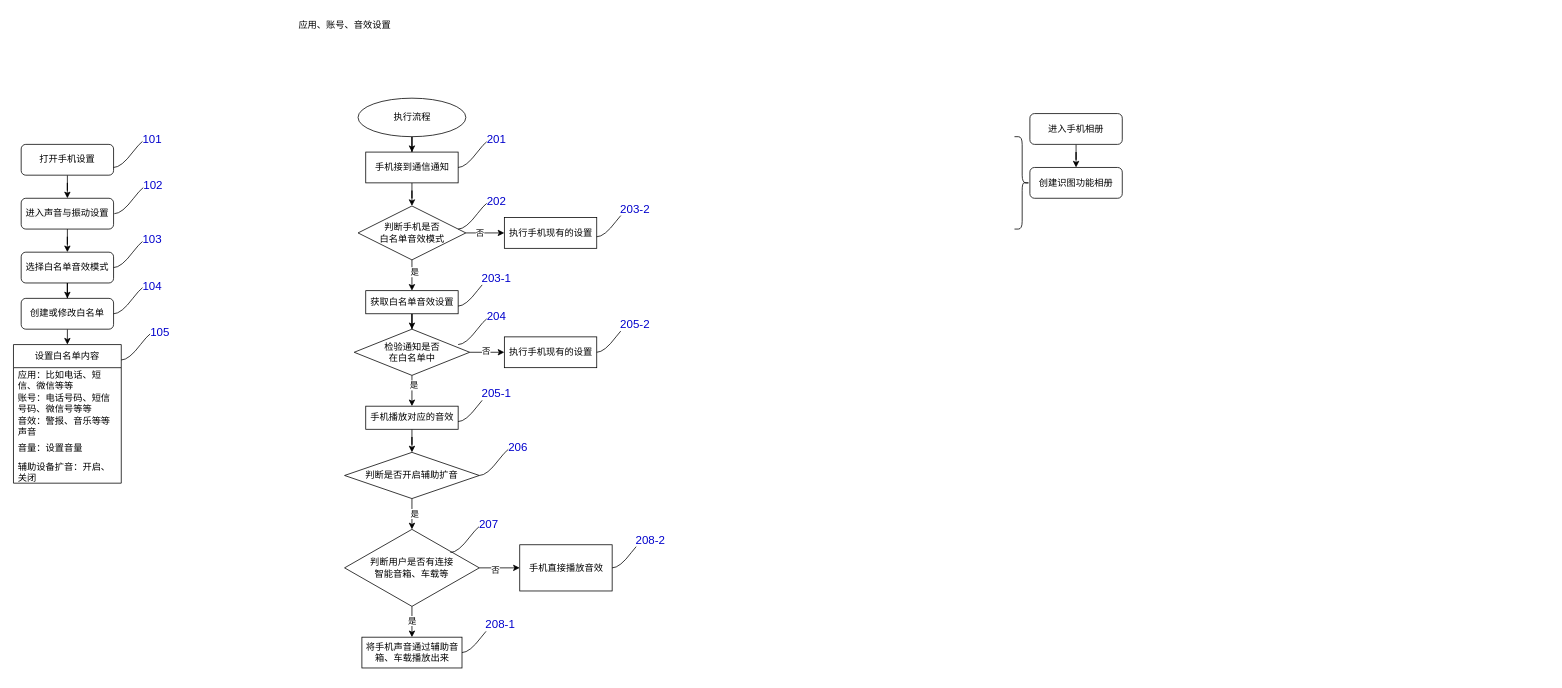
Above: page "第 7 页" (7 of 7) of 流程图.drawio in xili95/liuChengTu (draw.io), before the change. Source tidied: cells renumbered, new cells numbered last; positions are measured from the earlier drawing's top-left corner, leaving out a move shared by most shapes. Both pictures are drawn from the tidied source at 77%, with x=0, y=0 at pixel (13, 13).
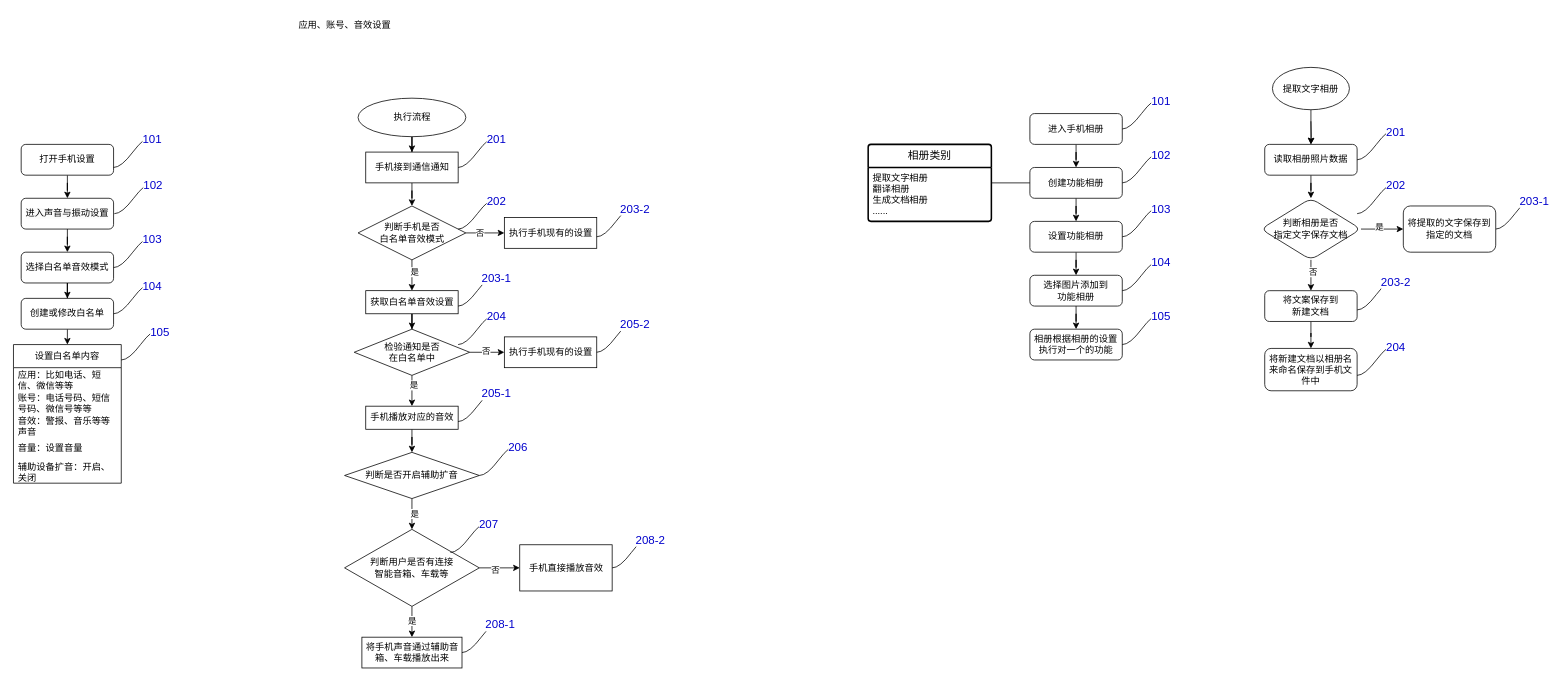
Above is the later version.

Commit message (it also covers changes not shown here):
更新流程图.drawio

What changed in the source:
```diff
@@
+    <mxCell id="85" style="edgeStyle=orthogonalEdgeStyle;rounded=0;jettySize=auto;html=1;" parent="1" edge="1" source="83" target="90">
+      <mxGeometry relative="1" as="geometry" />
+    </mxCell>
-    <mxCell id="83" value="创建识图功能相册" style="whiteSpace=wrap;html=1;rounded=1;" parent="1" vertex="1">
+    <mxCell id="83" value="创建功能相册" style="whiteSpace=wrap;html=1;rounded=1;" parent="1" vertex="1">
       <mxGeometry x="1320" y="200" width="120" height="40" as="geometry" />
     </mxCell>
-    <mxCell id="84" style="shape=curlyBracket;whiteSpace=wrap;html=1;rounded=1;flipH=1;labelPosition=right;verticalLabelPosition=middle;align=left;verticalAlign=middle;" parent="1" vertex="1">
-      <mxGeometry x="1300" y="160" width="20" height="120" as="geometry" />
-    </mxCell>
+    <mxCell id="86" value="相册类别" style="swimlane;horizontal=1;startSize=30;rounded=1;fontSize=14;fontStyle=0;strokeWidth=2;shadow=0;dashed=0;align=center;arcSize=4;whiteSpace=wrap;html=1;" parent="1" vertex="1">
+      <mxGeometry x="1110" y="170" width="160" height="100" as="geometry" />
+    </mxCell>
+    <mxCell id="87" value="提取文字相册&lt;div&gt;翻译相册&lt;br&gt;生成文档相册&lt;/div&gt;&lt;div&gt;......&lt;/div&gt;" style="align=left;strokeColor=none;fillColor=none;spacingLeft=4;spacingRight=4;fontSize=12;verticalAlign=top;html=1;whiteSpace=wrap;" parent="86" vertex="1">
+      <mxGeometry y="30" width="160" height="70" as="geometry" />
+    </mxCell>
+    <mxCell id="88" style="edgeStyle=orthogonalEdgeStyle;rounded=0;orthogonalLoop=1;jettySize=auto;html=1;exitX=0.5;exitY=1;exitDx=0;exitDy=0;" parent="86" edge="1" source="87" target="87">
+      <mxGeometry relative="1" as="geometry" />
+    </mxCell>
+    <mxCell id="89" style="edgeStyle=orthogonalEdgeStyle;rounded=0;jettySize=auto;html=1;" parent="1" edge="1" source="90" target="92">
+      <mxGeometry relative="1" as="geometry" />
+    </mxCell>
+    <mxCell id="90" value="设置功能相册" style="whiteSpace=wrap;html=1;rounded=1;" parent="1" vertex="1">
+      <mxGeometry x="1320" y="270" width="120" height="40" as="geometry" />
+    </mxCell>
+    <mxCell id="91" style="edgeStyle=orthogonalEdgeStyle;rounded=0;jettySize=auto;html=1;" parent="1" edge="1" source="92" target="93">
+      <mxGeometry relative="1" as="geometry" />
+    </mxCell>
+    <mxCell id="92" value="选择图片添加到&lt;div&gt;功能相册&lt;/div&gt;" style="whiteSpace=wrap;html=1;rounded=1;" parent="1" vertex="1">
+      <mxGeometry x="1320" y="340" width="120" height="40" as="geometry" />
+    </mxCell>
+    <mxCell id="93" value="相册根据相册的设置执行对一个的功能" style="whiteSpace=wrap;html=1;rounded=1;" parent="1" vertex="1">
+      <mxGeometry x="1320" y="410" width="120" height="40" as="geometry" />
+    </mxCell>
+    <mxCell id="94" style="edgeStyle=entityRelationEdgeStyle;startArrow=none;endArrow=none;segment=10;curved=1;sourcePerimeterSpacing=0;targetPerimeterSpacing=0;rounded=0;" parent="1" edge="1">
+      <mxGeometry relative="1" as="geometry">
+        <mxPoint x="1440" y="150" as="sourcePoint" />
+        <mxPoint x="1490" y="110" as="targetPoint" />
+        <Array as="points">
+          <mxPoint x="1480" y="150" />
+          <mxPoint x="1870" y="210" />
+          <mxPoint x="1852.5" y="90" />
+          <mxPoint x="1470" y="170" />
+        </Array>
+      </mxGeometry>
+    </mxCell>
+    <mxCell id="95" value="101" style="edgeLabel;html=1;align=center;verticalAlign=middle;fontSize=15;fontColor=#0000CC;" parent="94" vertex="1">
+      <mxGeometry x="0.97" y="-2" relative="1" as="geometry" />
+    </mxCell>
+    <mxCell id="96" style="endArrow=none;html=1;rounded=0;exitX=0;exitY=0.5;exitDx=0;exitDy=0;" parent="1" edge="1" source="83">
+      <mxGeometry relative="1" as="geometry">
+        <mxPoint x="1270" y="220" as="targetPoint" />
+      </mxGeometry>
+    </mxCell>
+    <mxCell id="97" style="edgeStyle=entityRelationEdgeStyle;startArrow=none;endArrow=none;segment=10;curved=1;sourcePerimeterSpacing=0;targetPerimeterSpacing=0;rounded=0;" parent="1" edge="1">
+      <mxGeometry relative="1" as="geometry">
+        <mxPoint x="1440" y="220" as="sourcePoint" />
+        <mxPoint x="1490" y="180" as="targetPoint" />
+        <Array as="points">
+          <mxPoint x="1480" y="220" />
+          <mxPoint x="1470" y="260" />
+          <mxPoint x="1870" y="280" />
+          <mxPoint x="1852.5" y="160" />
+          <mxPoint x="1470" y="240" />
+        </Array>
+      </mxGeometry>
+    </mxCell>
+    <mxCell id="98" value="102" style="edgeLabel;html=1;align=center;verticalAlign=middle;fontSize=15;fontColor=#0000CC;" parent="97" vertex="1">
+      <mxGeometry x="0.97" y="-2" relative="1" as="geometry" />
+    </mxCell>
+    <mxCell id="99" style="edgeStyle=entityRelationEdgeStyle;startArrow=none;endArrow=none;segment=10;curved=1;sourcePerimeterSpacing=0;targetPerimeterSpacing=0;rounded=0;" parent="1" edge="1">
+      <mxGeometry relative="1" as="geometry">
+        <mxPoint x="1440" y="290" as="sourcePoint" />
+        <mxPoint x="1490" y="250" as="targetPoint" />
+        <Array as="points">
+          <mxPoint x="1480" y="290" />
+          <mxPoint x="1470" y="330" />
+          <mxPoint x="1470" y="330" />
+          <mxPoint x="1470" y="330" />
+          <mxPoint x="1870" y="350" />
+          <mxPoint x="1852.5" y="230" />
+          <mxPoint x="1470" y="310" />
+        </Array>
+      </mxGeometry>
+    </mxCell>
+    <mxCell id="100" value="103" style="edgeLabel;html=1;align=center;verticalAlign=middle;fontSize=15;fontColor=#0000CC;" parent="99" vertex="1">
+      <mxGeometry x="0.97" y="-2" relative="1" as="geometry" />
+    </mxCell>
+    <mxCell id="101" style="edgeStyle=entityRelationEdgeStyle;startArrow=none;endArrow=none;segment=10;curved=1;sourcePerimeterSpacing=0;targetPerimeterSpacing=0;rounded=0;" parent="1" edge="1">
+      <mxGeometry relative="1" as="geometry">
+        <mxPoint x="1440" y="360" as="sourcePoint" />
+        <mxPoint x="1490" y="320" as="targetPoint" />
+        <Array as="points">
+          <mxPoint x="1480" y="360" />
+          <mxPoint x="1470" y="400" />
+          <mxPoint x="1470" y="400" />
+          <mxPoint x="1470" y="400" />
+          <mxPoint x="1870" y="420" />
+          <mxPoint x="1852.5" y="300" />
+          <mxPoint x="1470" y="380" />
+        </Array>
+      </mxGeometry>
+    </mxCell>
+    <mxCell id="102" value="104" style="edgeLabel;html=1;align=center;verticalAlign=middle;fontSize=15;fontColor=#0000CC;" parent="101" vertex="1">
+      <mxGeometry x="0.97" y="-2" relative="1" as="geometry" />
+    </mxCell>
+    <mxCell id="103" style="edgeStyle=entityRelationEdgeStyle;startArrow=none;endArrow=none;segment=10;curved=1;sourcePerimeterSpacing=0;targetPerimeterSpacing=0;rounded=0;" parent="1" edge="1">
+      <mxGeometry relative="1" as="geometry">
+        <mxPoint x="1440" y="430" as="sourcePoint" />
+        <mxPoint x="1490" y="390" as="targetPoint" />
+        <Array as="points">
+          <mxPoint x="1480" y="430" />
+          <mxPoint x="1470" y="430" />
+          <mxPoint x="1470" y="460" />
+          <mxPoint x="1470" y="470" />
+          <mxPoint x="1470" y="470" />
+          <mxPoint x="1470" y="470" />
+          <mxPoint x="1870" y="490" />
+          <mxPoint x="1852.5" y="370" />
+          <mxPoint x="1470" y="450" />
+        </Array>
+      </mxGeometry>
+    </mxCell>
+    <mxCell id="104" value="105" style="edgeLabel;html=1;align=center;verticalAlign=middle;fontSize=15;fontColor=#0000CC;" parent="103" vertex="1">
+      <mxGeometry x="0.97" y="-2" relative="1" as="geometry" />
+    </mxCell>
+    <mxCell id="105" style="edgeStyle=orthogonalEdgeStyle;rounded=0;jettySize=auto;html=1;" parent="1" edge="1" target="107">
+      <mxGeometry relative="1" as="geometry">
+        <mxPoint x="1685" y="140" as="sourcePoint" />
+      </mxGeometry>
+    </mxCell>
+    <mxCell id="106" style="edgeStyle=orthogonalEdgeStyle;rounded=0;jettySize=auto;html=1;" parent="1" edge="1" source="107" target="122">
+      <mxGeometry relative="1" as="geometry" />
+    </mxCell>
+    <mxCell id="107" value="读取相册照片数据" style="whiteSpace=wrap;html=1;rounded=1;" parent="1" vertex="1">
+      <mxGeometry x="1625" y="170" width="120" height="40" as="geometry" />
+    </mxCell>
+    <mxCell id="108" style="edgeStyle=entityRelationEdgeStyle;startArrow=none;endArrow=none;segment=10;curved=1;sourcePerimeterSpacing=0;targetPerimeterSpacing=0;rounded=0;" parent="1" edge="1">
+      <mxGeometry relative="1" as="geometry">
+        <mxPoint x="1745" y="190" as="sourcePoint" />
+        <mxPoint x="1795" y="150" as="targetPoint" />
+        <Array as="points">
+          <mxPoint x="1785" y="190" />
+          <mxPoint x="1775" y="230" />
+          <mxPoint x="2175" y="250" />
+          <mxPoint x="2157.5" y="130" />
+          <mxPoint x="1775" y="210" />
+        </Array>
+      </mxGeometry>
+    </mxCell>
+    <mxCell id="109" value="201" style="edgeLabel;html=1;align=center;verticalAlign=middle;fontSize=15;fontColor=#0000CC;" parent="108" vertex="1">
+      <mxGeometry x="0.97" y="-2" relative="1" as="geometry" />
+    </mxCell>
+    <mxCell id="110" style="edgeStyle=entityRelationEdgeStyle;startArrow=none;endArrow=none;segment=10;curved=1;sourcePerimeterSpacing=0;targetPerimeterSpacing=0;rounded=0;" parent="1" edge="1">
+      <mxGeometry relative="1" as="geometry">
+        <mxPoint x="1745" y="260" as="sourcePoint" />
+        <mxPoint x="1795" y="220" as="targetPoint" />
+        <Array as="points">
+          <mxPoint x="1785" y="260" />
+          <mxPoint x="1775" y="300" />
+          <mxPoint x="1775" y="300" />
+          <mxPoint x="1775" y="300" />
+          <mxPoint x="2175" y="320" />
+          <mxPoint x="2157.5" y="200" />
+          <mxPoint x="1775" y="280" />
+        </Array>
+      </mxGeometry>
+    </mxCell>
+    <mxCell id="111" value="202" style="edgeLabel;html=1;align=center;verticalAlign=middle;fontSize=15;fontColor=#0000CC;" parent="110" vertex="1">
+      <mxGeometry x="0.97" y="-2" relative="1" as="geometry" />
+    </mxCell>
+    <mxCell id="112" style="edgeStyle=entityRelationEdgeStyle;startArrow=none;endArrow=none;segment=10;curved=1;sourcePerimeterSpacing=0;targetPerimeterSpacing=0;rounded=0;" parent="1" edge="1">
+      <mxGeometry relative="1" as="geometry">
+        <mxPoint x="1925" y="280" as="sourcePoint" />
+        <mxPoint x="1975" y="240" as="targetPoint" />
+        <Array as="points">
+          <mxPoint x="1965" y="280" />
+          <mxPoint x="1955" y="320" />
+          <mxPoint x="1955" y="320" />
+          <mxPoint x="1955" y="320" />
+          <mxPoint x="2355" y="340" />
+          <mxPoint x="2337.5" y="220" />
+          <mxPoint x="1955" y="300" />
+        </Array>
+      </mxGeometry>
+    </mxCell>
+    <mxCell id="113" value="203-1" style="edgeLabel;html=1;align=center;verticalAlign=middle;fontSize=15;fontColor=#0000CC;" parent="112" vertex="1">
+      <mxGeometry x="0.97" y="-2" relative="1" as="geometry" />
+    </mxCell>
+    <mxCell id="114" style="edgeStyle=entityRelationEdgeStyle;startArrow=none;endArrow=none;segment=10;curved=1;sourcePerimeterSpacing=0;targetPerimeterSpacing=0;rounded=0;" parent="1" edge="1">
+      <mxGeometry relative="1" as="geometry">
+        <mxPoint x="1745" y="385" as="sourcePoint" />
+        <mxPoint x="1795" y="345" as="targetPoint" />
+        <Array as="points">
+          <mxPoint x="1785" y="385" />
+          <mxPoint x="1775" y="385" />
+          <mxPoint x="1775" y="415" />
+          <mxPoint x="1775" y="425" />
+          <mxPoint x="1775" y="425" />
+          <mxPoint x="1775" y="425" />
+          <mxPoint x="2175" y="445" />
+          <mxPoint x="2157.5" y="325" />
+          <mxPoint x="1775" y="405" />
+        </Array>
+      </mxGeometry>
+    </mxCell>
+    <mxCell id="115" value="203-2" style="edgeLabel;html=1;align=center;verticalAlign=middle;fontSize=15;fontColor=#0000CC;" parent="114" vertex="1">
+      <mxGeometry x="0.97" y="-2" relative="1" as="geometry" />
+    </mxCell>
+    <mxCell id="116" style="edgeStyle=orthogonalEdgeStyle;rounded=0;jettySize=auto;html=1;" parent="1" edge="1" source="117" target="107">
+      <mxGeometry relative="1" as="geometry" />
+    </mxCell>
+    <mxCell id="117" value="提取文字相册" style="ellipse;whiteSpace=wrap;html=1;" parent="1" vertex="1">
+      <mxGeometry x="1635" y="70" width="100" height="55" as="geometry" />
+    </mxCell>
+    <mxCell id="118" style="edgeStyle=orthogonalEdgeStyle;rounded=0;jettySize=auto;html=1;" parent="1" edge="1" source="122" target="123">
+      <mxGeometry relative="1" as="geometry" />
+    </mxCell>
+    <mxCell id="119" value="是" style="edgeLabel;html=1;align=center;verticalAlign=middle;" parent="118" vertex="1">
+      <mxGeometry x="-0.15" y="3" relative="1" as="geometry" />
+    </mxCell>
+    <mxCell id="120" style="edgeStyle=orthogonalEdgeStyle;rounded=0;jettySize=auto;html=1;" parent="1" edge="1" source="122" target="125">
+      <mxGeometry relative="1" as="geometry" />
+    </mxCell>
+    <mxCell id="121" value="否" style="edgeLabel;html=1;align=center;verticalAlign=middle;" parent="120" vertex="1">
+      <mxGeometry x="-0.24" y="2" relative="1" as="geometry" />
+    </mxCell>
+    <mxCell id="122" value="判断相册是否&lt;div&gt;指定文字保存文档&lt;/div&gt;" style="rhombus;whiteSpace=wrap;html=1;rounded=1;" parent="1" vertex="1">
+      <mxGeometry x="1620" y="240" width="130" height="80" as="geometry" />
+    </mxCell>
+    <mxCell id="123" value="将提取的文字保存到指定的文档" style="whiteSpace=wrap;html=1;rounded=1;" parent="1" vertex="1">
+      <mxGeometry x="1805" y="250" width="120" height="60" as="geometry" />
+    </mxCell>
+    <mxCell id="124" style="edgeStyle=orthogonalEdgeStyle;rounded=0;jettySize=auto;html=1;" parent="1" edge="1" source="125" target="126">
+      <mxGeometry relative="1" as="geometry" />
+    </mxCell>
+    <mxCell id="125" value="将文案保存到&lt;div&gt;新建文档&lt;/div&gt;" style="whiteSpace=wrap;html=1;rounded=1;" parent="1" vertex="1">
+      <mxGeometry x="1625" y="360" width="120" height="40" as="geometry" />
+    </mxCell>
+    <mxCell id="126" value="将新建文档以相册名来命名保存到手机文件中" style="whiteSpace=wrap;html=1;rounded=1;" parent="1" vertex="1">
+      <mxGeometry x="1625" y="435" width="120" height="55" as="geometry" />
+    </mxCell>
+    <mxCell id="127" style="edgeStyle=entityRelationEdgeStyle;startArrow=none;endArrow=none;segment=10;curved=1;sourcePerimeterSpacing=0;targetPerimeterSpacing=0;rounded=0;" parent="1" edge="1">
+      <mxGeometry relative="1" as="geometry">
+        <mxPoint x="1745" y="470" as="sourcePoint" />
+        <mxPoint x="1795" y="430" as="targetPoint" />
+        <Array as="points">
+          <mxPoint x="1785" y="470" />
+          <mxPoint x="1775" y="515" />
+          <mxPoint x="1775" y="470" />
+          <mxPoint x="1775" y="500" />
+          <mxPoint x="1775" y="510" />
+          <mxPoint x="1775" y="510" />
+          <mxPoint x="1775" y="510" />
+          <mxPoint x="2175" y="530" />
+          <mxPoint x="2157.5" y="410" />
+          <mxPoint x="1775" y="490" />
+        </Array>
+      </mxGeometry>
+    </mxCell>
+    <mxCell id="128" value="204" style="edgeLabel;html=1;align=center;verticalAlign=middle;fontSize=15;fontColor=#0000CC;" parent="127" vertex="1">
+      <mxGeometry x="0.97" y="-2" relative="1" as="geometry" />
+    </mxCell>
```
